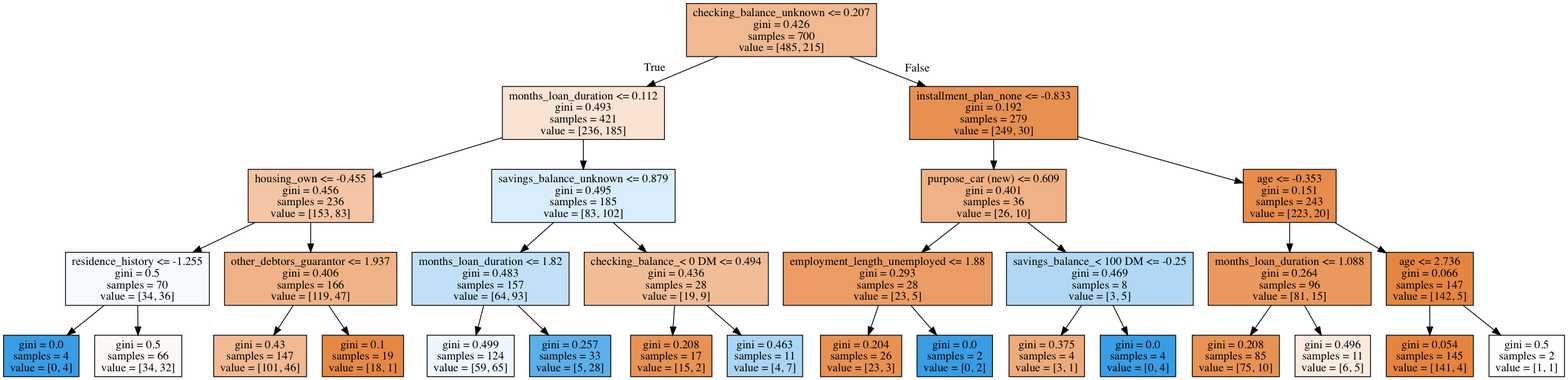
This is demos/tree.png from abulbasar/machine-learning, a Graphviz export, as it was before one commit. Its source is kept beside it as demos/tree.dot.
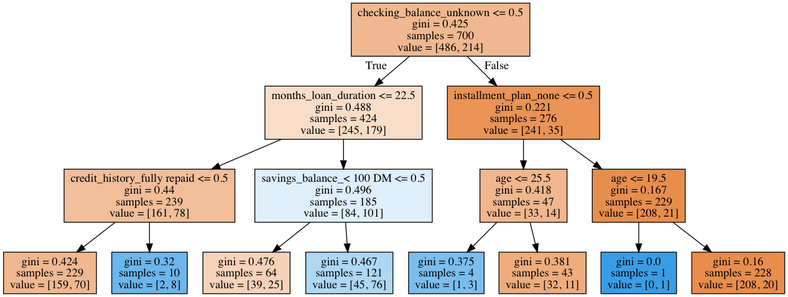
The same diagram one commit later.

What changed in the source:
```diff
@@ -1,64 +1,32 @@
 digraph Tree {
 node [shape=box, style="filled", color="black"] ;
-0 [label="checking_balance_unknown <= 0.207\ngini = 0.426\nsamples = 700\nvalue = [485, 215]", fillcolor="#e581398e"] ;
-1 [label="months_loan_duration <= 0.112\ngini = 0.493\nsamples = 421\nvalue = [236, 185]", fillcolor="#e5813937"] ;
+0 [label="checking_balance_unknown <= 0.5\ngini = 0.425\nsamples = 700\nvalue = [486, 214]", fillcolor="#e581398f"] ;
+1 [label="months_loan_duration <= 22.5\ngini = 0.488\nsamples = 424\nvalue = [245, 179]", fillcolor="#e5813945"] ;
 0 -> 1 [labeldistance=2.5, labelangle=45, headlabel="True"] ;
-2 [label="housing_own <= -0.455\ngini = 0.456\nsamples = 236\nvalue = [153, 83]", fillcolor="#e5813975"] ;
+2 [label="credit_history_fully repaid <= 0.5\ngini = 0.44\nsamples = 239\nvalue = [161, 78]", fillcolor="#e5813983"] ;
 1 -> 2 ;
-3 [label="residence_history <= -1.255\ngini = 0.5\nsamples = 70\nvalue = [34, 36]", fillcolor="#399de50e"] ;
+3 [label="gini = 0.424\nsamples = 229\nvalue = [159, 70]", fillcolor="#e581398f"] ;
 2 -> 3 ;
-4 [label="gini = 0.0\nsamples = 4\nvalue = [0, 4]", fillcolor="#399de5ff"] ;
-3 -> 4 ;
-5 [label="gini = 0.5\nsamples = 66\nvalue = [34, 32]", fillcolor="#e581390f"] ;
-3 -> 5 ;
-6 [label="other_debtors_guarantor <= 1.937\ngini = 0.406\nsamples = 166\nvalue = [119, 47]", fillcolor="#e581399a"] ;
-2 -> 6 ;
-7 [label="gini = 0.43\nsamples = 147\nvalue = [101, 46]", fillcolor="#e581398b"] ;
-6 -> 7 ;
-8 [label="gini = 0.1\nsamples = 19\nvalue = [18, 1]", fillcolor="#e58139f1"] ;
-6 -> 8 ;
-9 [label="savings_balance_unknown <= 0.879\ngini = 0.495\nsamples = 185\nvalue = [83, 102]", fillcolor="#399de530"] ;
-1 -> 9 ;
-10 [label="months_loan_duration <= 1.82\ngini = 0.483\nsamples = 157\nvalue = [64, 93]", fillcolor="#399de550"] ;
+4 [label="gini = 0.32\nsamples = 10\nvalue = [2, 8]", fillcolor="#399de5bf"] ;
+2 -> 4 ;
+5 [label="savings_balance_< 100 DM <= 0.5\ngini = 0.496\nsamples = 185\nvalue = [84, 101]", fillcolor="#399de52b"] ;
+1 -> 5 ;
+6 [label="gini = 0.476\nsamples = 64\nvalue = [39, 25]", fillcolor="#e581395c"] ;
+5 -> 6 ;
+7 [label="gini = 0.467\nsamples = 121\nvalue = [45, 76]", fillcolor="#399de568"] ;
+5 -> 7 ;
+8 [label="installment_plan_none <= 0.5\ngini = 0.221\nsamples = 276\nvalue = [241, 35]", fillcolor="#e58139da"] ;
+0 -> 8 [labeldistance=2.5, labelangle=-45, headlabel="False"] ;
+9 [label="age <= 25.5\ngini = 0.418\nsamples = 47\nvalue = [33, 14]", fillcolor="#e5813993"] ;
+8 -> 9 ;
+10 [label="gini = 0.375\nsamples = 4\nvalue = [1, 3]", fillcolor="#399de5aa"] ;
 9 -> 10 ;
-11 [label="gini = 0.499\nsamples = 124\nvalue = [59, 65]", fillcolor="#399de518"] ;
-10 -> 11 ;
-12 [label="gini = 0.257\nsamples = 33\nvalue = [5, 28]", fillcolor="#399de5d1"] ;
-10 -> 12 ;
-13 [label="checking_balance_< 0 DM <= 0.494\ngini = 0.436\nsamples = 28\nvalue = [19, 9]", fillcolor="#e5813986"] ;
-9 -> 13 ;
-14 [label="gini = 0.208\nsamples = 17\nvalue = [15, 2]", fillcolor="#e58139dd"] ;
-13 -> 14 ;
-15 [label="gini = 0.463\nsamples = 11\nvalue = [4, 7]", fillcolor="#399de56d"] ;
-13 -> 15 ;
-16 [label="installment_plan_none <= -0.833\ngini = 0.192\nsamples = 279\nvalue = [249, 30]", fillcolor="#e58139e0"] ;
-0 -> 16 [labeldistance=2.5, labelangle=-45, headlabel="False"] ;
-17 [label="purpose_car (new) <= 0.609\ngini = 0.401\nsamples = 36\nvalue = [26, 10]", fillcolor="#e581399d"] ;
-16 -> 17 ;
-18 [label="employment_length_unemployed <= 1.88\ngini = 0.293\nsamples = 28\nvalue = [23, 5]", fillcolor="#e58139c8"] ;
-17 -> 18 ;
-19 [label="gini = 0.204\nsamples = 26\nvalue = [23, 3]", fillcolor="#e58139de"] ;
-18 -> 19 ;
-20 [label="gini = 0.0\nsamples = 2\nvalue = [0, 2]", fillcolor="#399de5ff"] ;
-18 -> 20 ;
-21 [label="savings_balance_< 100 DM <= -0.25\ngini = 0.469\nsamples = 8\nvalue = [3, 5]", fillcolor="#399de566"] ;
-17 -> 21 ;
-22 [label="gini = 0.375\nsamples = 4\nvalue = [3, 1]", fillcolor="#e58139aa"] ;
-21 -> 22 ;
-23 [label="gini = 0.0\nsamples = 4\nvalue = [0, 4]", fillcolor="#399de5ff"] ;
-21 -> 23 ;
-24 [label="age <= -0.353\ngini = 0.151\nsamples = 243\nvalue = [223, 20]", fillcolor="#e58139e8"] ;
-16 -> 24 ;
-25 [label="months_loan_duration <= 1.088\ngini = 0.264\nsamples = 96\nvalue = [81, 15]", fillcolor="#e58139d0"] ;
-24 -> 25 ;
-26 [label="gini = 0.208\nsamples = 85\nvalue = [75, 10]", fillcolor="#e58139dd"] ;
-25 -> 26 ;
-27 [label="gini = 0.496\nsamples = 11\nvalue = [6, 5]", fillcolor="#e581392a"] ;
-25 -> 27 ;
-28 [label="age <= 2.736\ngini = 0.066\nsamples = 147\nvalue = [142, 5]", fillcolor="#e58139f6"] ;
-24 -> 28 ;
-29 [label="gini = 0.054\nsamples = 145\nvalue = [141, 4]", fillcolor="#e58139f8"] ;
-28 -> 29 ;
-30 [label="gini = 0.5\nsamples = 2\nvalue = [1, 1]", fillcolor="#e5813900"] ;
-28 -> 30 ;
+11 [label="gini = 0.381\nsamples = 43\nvalue = [32, 11]", fillcolor="#e58139a7"] ;
+9 -> 11 ;
+12 [label="age <= 19.5\ngini = 0.167\nsamples = 229\nvalue = [208, 21]", fillcolor="#e58139e5"] ;
+8 -> 12 ;
+13 [label="gini = 0.0\nsamples = 1\nvalue = [0, 1]", fillcolor="#399de5ff"] ;
+12 -> 13 ;
+14 [label="gini = 0.16\nsamples = 228\nvalue = [208, 20]", fillcolor="#e58139e6"] ;
+12 -> 14 ;
 }
```
